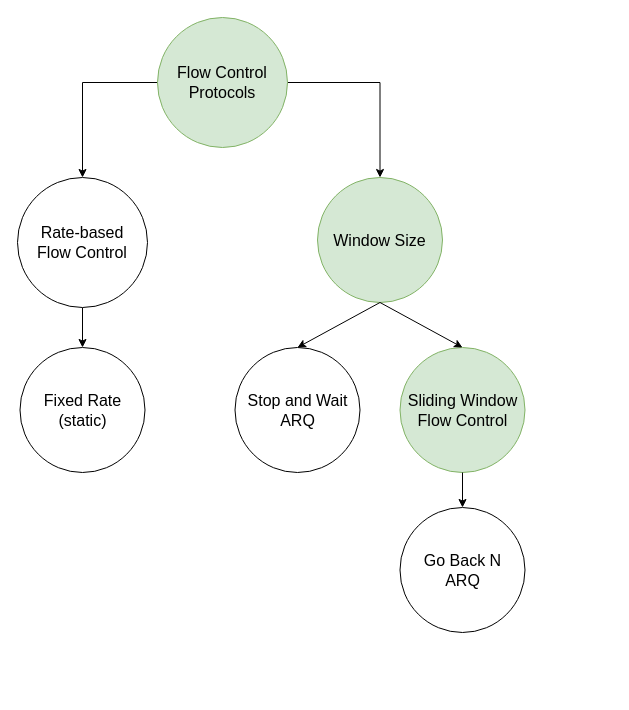
Above: page "flow control" (9 of 12) of network-onboard/network-onboard.drawio in volehuy1998/network-onboard (draw.io), before the change. Source tidied: cells renumbered, new cells numbered last; positions are measured from the earlier drawing's top-left corner, leaving out a move shared by most shapes. Both pictures are drawn from the tidied source at 100%, with x=0, y=0 at pixel (17, 17).
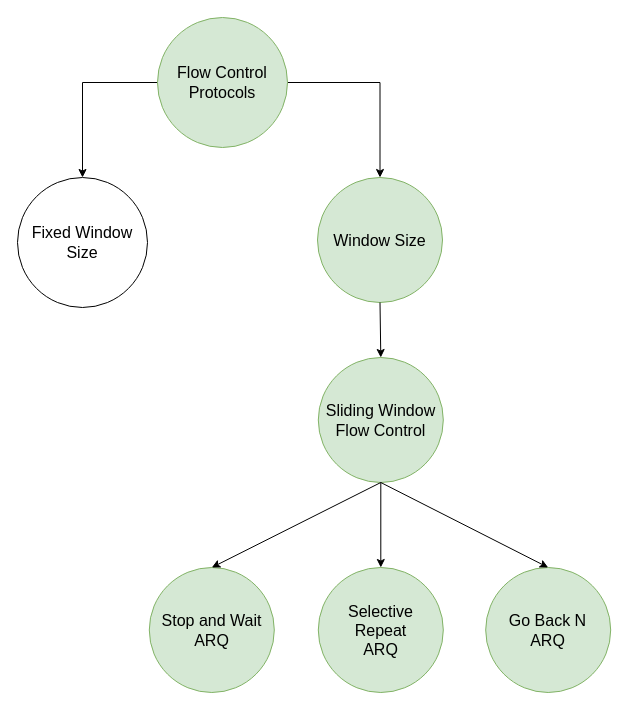
The same diagram, later.

What changed in the source:
```diff
@@
 <mxGraphModel>
   <root>
     <mxCell id="0" />
     <mxCell id="1" parent="0" />
     <mxCell id="2" style="edgeStyle=orthogonalEdgeStyle;rounded=0;jettySize=auto;html=1;fontSize=16;" parent="1" edge="1" source="4" target="6">
       <mxGeometry relative="1" as="geometry" />
     </mxCell>
     <mxCell id="3" style="edgeStyle=orthogonalEdgeStyle;rounded=0;jettySize=auto;html=1;entryX=0.5;entryY=0;entryDx=0;entryDy=0;fontSize=16;" parent="1" edge="1" source="4" target="12">
       <mxGeometry relative="1" as="geometry" />
     </mxCell>
     <mxCell id="4" value="Flow Control&lt;div&gt;Protocols&lt;/div&gt;" style="ellipse;whiteSpace=wrap;html=1;fontSize=16;fillColor=#d5e8d4;strokeColor=#82b366;" parent="1" vertex="1">
       <mxGeometry x="140" width="130" height="130" as="geometry" />
     </mxCell>
-    <mxCell id="5" style="edgeStyle=orthogonalEdgeStyle;rounded=0;jettySize=auto;html=1;entryX=0.5;entryY=0;entryDx=0;entryDy=0;fontSize=16;" parent="1" edge="1" source="6" target="7">
-      <mxGeometry relative="1" as="geometry" />
-    </mxCell>
-    <mxCell id="6" value="Rate-based&lt;div&gt;Flow Control&lt;/div&gt;" style="ellipse;whiteSpace=wrap;html=1;fontSize=16;" parent="1" vertex="1">
+    <mxCell id="6" value="Fixed Window&lt;div&gt;Size&lt;/div&gt;" style="ellipse;whiteSpace=wrap;html=1;fontSize=16;" parent="1" vertex="1">
       <mxGeometry y="160" width="130" height="130" as="geometry" />
     </mxCell>
-    <mxCell id="7" value="Fixed Rate&lt;div&gt;(static)&lt;/div&gt;" style="ellipse;whiteSpace=wrap;html=1;fontSize=16;" parent="1" vertex="1">
-      <mxGeometry x="2.5" y="330" width="125" height="125" as="geometry" />
-    </mxCell>
     <mxCell id="8" value="Sliding Window&lt;div&gt;Flow Control&lt;/div&gt;" style="ellipse;whiteSpace=wrap;html=1;fontSize=16;fillColor=#d5e8d4;strokeColor=#82b366;" parent="1" vertex="1">
-      <mxGeometry x="382.5" y="330" width="125" height="125" as="geometry" />
+      <mxGeometry x="300.8" y="340" width="125" height="125" as="geometry" />
     </mxCell>
-    <mxCell id="9" value="Stop and Wait ARQ" style="ellipse;whiteSpace=wrap;html=1;fontSize=16;" parent="1" vertex="1">
-      <mxGeometry x="217.5" y="330" width="125" height="125" as="geometry" />
+    <mxCell id="9" value="Stop and Wait ARQ" style="ellipse;whiteSpace=wrap;html=1;fontSize=16;fillColor=#d5e8d4;strokeColor=#82b366;" parent="1" vertex="1">
+      <mxGeometry x="131.8" y="550" width="125" height="125" as="geometry" />
     </mxCell>
-    <mxCell id="10" value="Go Back N&lt;div&gt;ARQ&lt;/div&gt;" style="ellipse;whiteSpace=wrap;html=1;fontSize=16;" parent="1" vertex="1">
-      <mxGeometry x="382.5" y="490" width="125" height="125" as="geometry" />
+    <mxCell id="10" value="Go Back N&lt;div&gt;ARQ&lt;/div&gt;" style="ellipse;whiteSpace=wrap;html=1;fontSize=16;fillColor=#d5e8d4;strokeColor=#82b366;" parent="1" vertex="1">
+      <mxGeometry x="468.2" y="550" width="125" height="125" as="geometry" />
     </mxCell>
     <mxCell id="11" style="endArrow=classic;html=1;rounded=0;exitX=0.5;exitY=1;exitDx=0;exitDy=0;entryX=0.5;entryY=0;entryDx=0;entryDy=0;" parent="1" edge="1" source="8" target="10">
       <mxGeometry relative="1" as="geometry" />
     </mxCell>
     <mxCell id="12" value="Window Size" style="ellipse;whiteSpace=wrap;html=1;fontSize=16;fillColor=#d5e8d4;strokeColor=#82b366;" parent="1" vertex="1">
       <mxGeometry x="300" y="160" width="125" height="125" as="geometry" />
     </mxCell>
-    <mxCell id="13" style="endArrow=classic;html=1;rounded=0;exitX=0.5;exitY=1;exitDx=0;exitDy=0;entryX=0.5;entryY=0;entryDx=0;entryDy=0;" parent="1" edge="1" source="12" target="9">
+    <mxCell id="13" style="endArrow=classic;html=1;rounded=0;exitX=0.5;exitY=1;exitDx=0;exitDy=0;entryX=0.5;entryY=0;entryDx=0;entryDy=0;" parent="1" edge="1" source="8" target="9">
       <mxGeometry relative="1" as="geometry" />
     </mxCell>
     <mxCell id="14" style="endArrow=classic;html=1;rounded=0;exitX=0.5;exitY=1;exitDx=0;exitDy=0;entryX=0.5;entryY=0;entryDx=0;entryDy=0;" parent="1" edge="1" source="12" target="8">
       <mxGeometry relative="1" as="geometry" />
     </mxCell>
+    <mxCell id="15" value="Selective&lt;div&gt;Repeat&lt;div&gt;ARQ&lt;/div&gt;&lt;/div&gt;" style="ellipse;whiteSpace=wrap;html=1;fontSize=16;fillColor=#d5e8d4;strokeColor=#82b366;" parent="1" vertex="1">
+      <mxGeometry x="300.8" y="550" width="125" height="125" as="geometry" />
+    </mxCell>
+    <mxCell id="16" style="endArrow=classic;html=1;rounded=0;exitX=0.5;exitY=1;exitDx=0;exitDy=0;entryX=0.5;entryY=0;entryDx=0;entryDy=0;" parent="1" edge="1" source="8" target="15">
+      <mxGeometry relative="1" as="geometry" />
+    </mxCell>
   </root>
 </mxGraphModel>
```
